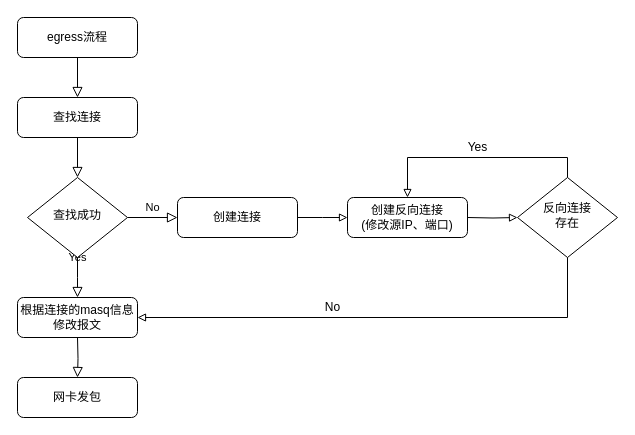
Before: xmasq-3.drawio in AirbornWdd/doc, a draw.io diagram. Source tidied: cells renumbered, new cells numbered last; positions are measured from the earlier drawing's top-left corner, leaving out a move shared by most shapes. Both pictures are drawn from the tidied source at 100%, with x=0, y=0 at pixel (17, 17).
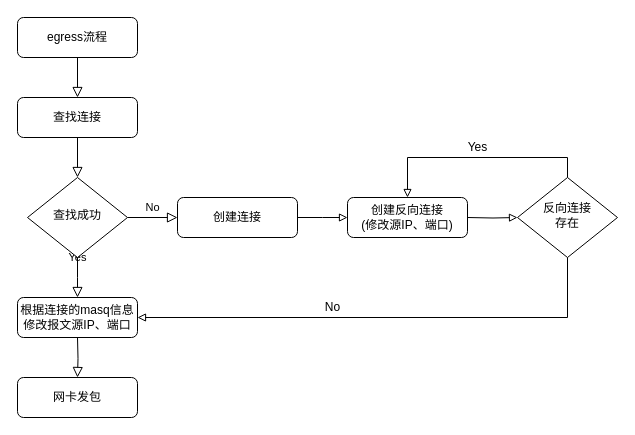
Above is the later version.

Diff of the diagram source:
```diff
@@
-    <mxCell id="13" value="根据连接的masq信息&lt;br&gt;修改报文" style="rounded=1;whiteSpace=wrap;html=1;fontSize=12;glass=0;strokeWidth=1;shadow=0;" parent="1" vertex="1">
+    <mxCell id="13" value="根据连接的masq信息&lt;br&gt;修改报文源IP、端口" style="rounded=1;whiteSpace=wrap;html=1;fontSize=12;glass=0;strokeWidth=1;shadow=0;" parent="1" vertex="1">
       <mxGeometry y="280" width="120" height="40" as="geometry" />
     </mxCell>
```
